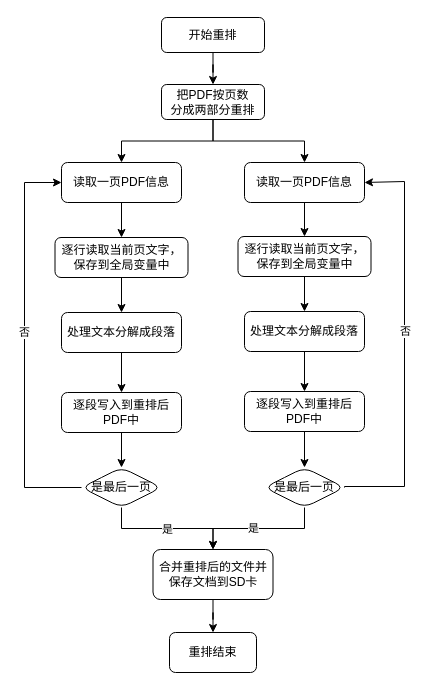
xubinlu/android-journey keeps this draw.io diagram as 两栖手写.drawio. Above is the earlier version. Source tidied: cells renumbered, new cells numbered last; positions are measured from the earlier drawing's top-left corner, leaving out a move shared by most shapes. Both pictures are drawn from the tidied source at 100%, with x=0, y=0 at pixel (24, 17).
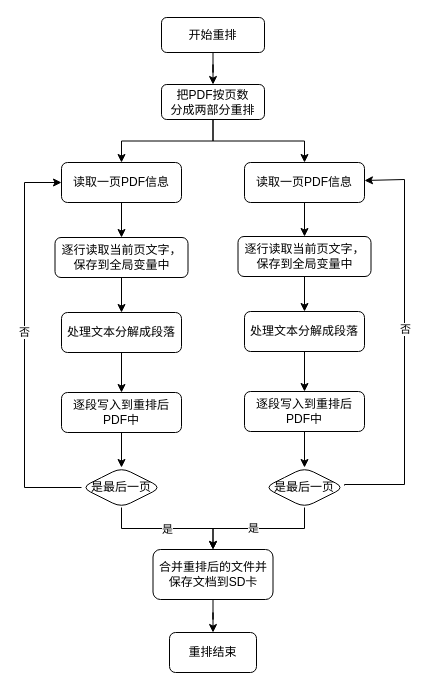
The same diagram, later.

Commit message:
更新两栖手写.drawio

The change refers to these unchanged cells:
```xml
<mxCell id="33" value="是最后一页" style="rhombus;whiteSpace=wrap;html=1;rounded=1;glass=0;strokeWidth=1;shadow=0;" parent="1" vertex="1">
  <mxGeometry x="240" y="450" width="80" height="40" as="geometry" />
</mxCell>
<mxCell id="35" value="读取一页PDF信息" style="rounded=1;whiteSpace=wrap;html=1;fontSize=12;glass=0;strokeWidth=1;shadow=0;" parent="1" vertex="1">
  <mxGeometry x="220" y="145" width="120" height="40" as="geometry" />
</mxCell>
```

Diff of the diagram source:
```diff
@@
-    <mxCell id="29" style="edgeStyle=orthogonalEdgeStyle;rounded=0;jettySize=auto;html=1;exitX=1;exitY=0.5;exitDx=0;exitDy=0;entryX=1;entryY=0.5;entryDx=0;entryDy=0;" parent="1" edge="1" source="33" target="35">
+    <mxCell id="29" style="edgeStyle=orthogonalEdgeStyle;rounded=0;orthogonalLoop=1;jettySize=auto;html=1;exitX=1;exitY=0.5;exitDx=0;exitDy=0;entryX=1;entryY=0.5;entryDx=0;entryDy=0;" parent="1" edge="1">
       <mxGeometry relative="1" as="geometry">
+        <mxPoint x="320" y="468" as="sourcePoint" />
+        <mxPoint x="340" y="163" as="targetPoint" />
         <Array as="points">
-          <mxPoint x="380" y="469" />
-          <mxPoint x="380" y="164" />
+          <mxPoint x="380" y="467" />
+          <mxPoint x="380" y="162" />
         </Array>
       </mxGeometry>
     </mxCell>
```
